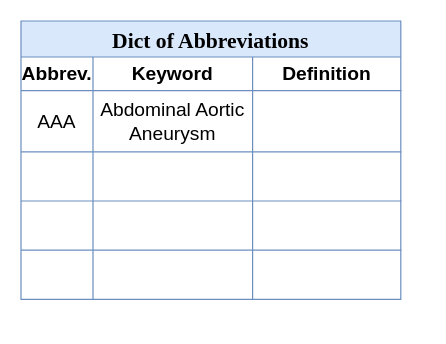
The draw.io diagram Diagram/Diagram.drawio in lurker18/AI-NLP, before the edit. Source tidied: cells renumbered, new cells numbered last; positions are measured from the earlier drawing's top-left corner, leaving out a move shared by most shapes. Both pictures are drawn from the tidied source at 120%, with x=0, y=0 at pixel (20, 20).
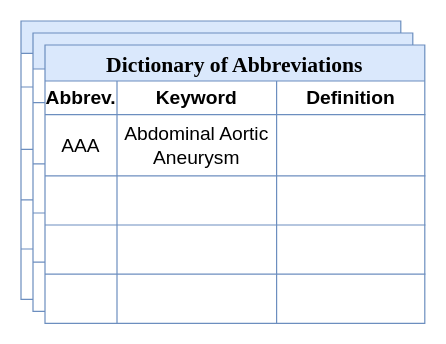
Above is the later version.

What changed in the source:
```diff
@@
-    <mxCell id="2" value="Dict of Abbreviations" style="shape=table;startSize=30;childLayout=tableLayout;fontSize=18;fillColor=#dae8fc;strokeColor=#6c8ebf;gradientColor=none;swimlaneFillColor=default;fontFamily=Times New Roman;fontStyle=1;" parent="1" vertex="1">
+    <mxCell id="2" style="shape=table;startSize=27;childLayout=tableLayout;fontSize=18;fillColor=#dae8fc;strokeColor=#6c8ebf;gradientColor=none;swimlaneFillColor=default;fontFamily=Times New Roman;fontStyle=1;" parent="1" vertex="1">
       <mxGeometry width="316.5" height="231.9" as="geometry" />
     </mxCell>
     <mxCell id="3" style="shape=tableRow;horizontal=0;startSize=0;swimlaneHead=0;swimlaneBody=0;strokeColor=inherit;top=0;left=0;bottom=0;right=0;fillColor=none;fontSize=16;" parent="2" vertex="1">
-      <mxGeometry y="30" width="316.5" height="28" as="geometry" />
+      <mxGeometry y="27" width="316.5" height="28" as="geometry" />
     </mxCell>
-    <mxCell id="4" value="Abbrev." style="shape=partialRectangle;html=1;whiteSpace=wrap;strokeColor=inherit;overflow=hidden;fillColor=none;top=0;left=0;bottom=0;right=0;fontSize=16;fontStyle=1;" parent="3" vertex="1">
+    <mxCell id="4" style="shape=partialRectangle;html=1;whiteSpace=wrap;strokeColor=inherit;overflow=hidden;fillColor=none;top=0;left=0;bottom=0;right=0;fontSize=16;fontStyle=1;" parent="3" vertex="1">
       <mxGeometry width="60" height="28" as="geometry" />
     </mxCell>
-    <mxCell id="5" value="Keyword" style="shape=partialRectangle;html=1;whiteSpace=wrap;strokeColor=inherit;overflow=hidden;fillColor=none;top=0;left=0;bottom=0;right=0;fontSize=16;fontStyle=1;" parent="3" vertex="1">
+    <mxCell id="5" style="shape=partialRectangle;html=1;whiteSpace=wrap;strokeColor=inherit;overflow=hidden;fillColor=none;top=0;left=0;bottom=0;right=0;fontSize=16;fontStyle=1;" parent="3" vertex="1">
       <mxGeometry x="60" width="133" height="28" as="geometry" />
     </mxCell>
-    <mxCell id="6" value="Definition" style="shape=partialRectangle;html=1;whiteSpace=wrap;strokeColor=inherit;overflow=hidden;fillColor=none;top=0;left=0;bottom=0;right=0;fontSize=16;fontStyle=1;" parent="3" vertex="1">
+    <mxCell id="6" style="shape=partialRectangle;html=1;whiteSpace=wrap;strokeColor=inherit;overflow=hidden;fillColor=none;top=0;left=0;bottom=0;right=0;fontSize=16;fontStyle=1;" parent="3" vertex="1">
       <mxGeometry x="193" width="124" height="28" as="geometry" />
     </mxCell>
     <mxCell id="7" style="shape=tableRow;horizontal=0;startSize=0;swimlaneHead=0;swimlaneBody=0;strokeColor=inherit;top=0;left=0;bottom=0;right=0;fillColor=none;fontSize=16;" parent="2" vertex="1">
-      <mxGeometry y="58" width="316.5" height="51" as="geometry" />
+      <mxGeometry y="55" width="316.5" height="52" as="geometry" />
     </mxCell>
-    <mxCell id="8" value="AAA" style="shape=partialRectangle;html=1;whiteSpace=wrap;strokeColor=inherit;overflow=hidden;fillColor=none;top=0;left=0;bottom=0;right=0;fontSize=16;" parent="7" vertex="1">
-      <mxGeometry width="60" height="51" as="geometry" />
+    <mxCell id="8" style="shape=partialRectangle;html=1;whiteSpace=wrap;strokeColor=inherit;overflow=hidden;fillColor=none;top=0;left=0;bottom=0;right=0;fontSize=16;" parent="7" vertex="1">
+      <mxGeometry width="60" height="52" as="geometry" />
     </mxCell>
-    <mxCell id="9" value="Abdominal Aortic Aneurysm" style="shape=partialRectangle;html=1;whiteSpace=wrap;strokeColor=inherit;overflow=hidden;fillColor=none;top=0;left=0;bottom=0;right=0;fontSize=16;" parent="7" vertex="1">
-      <mxGeometry x="60" width="133" height="51" as="geometry" />
+    <mxCell id="9" style="shape=partialRectangle;html=1;whiteSpace=wrap;strokeColor=inherit;overflow=hidden;fillColor=none;top=0;left=0;bottom=0;right=0;fontSize=16;" parent="7" vertex="1">
+      <mxGeometry x="60" width="133" height="52" as="geometry" />
     </mxCell>
     <mxCell id="10" style="shape=partialRectangle;html=1;whiteSpace=wrap;strokeColor=inherit;overflow=hidden;fillColor=none;top=0;left=0;bottom=0;right=0;fontSize=16;" parent="7" vertex="1">
-      <mxGeometry x="193" width="124" height="51" as="geometry" />
+      <mxGeometry x="193" width="124" height="52" as="geometry" />
     </mxCell>
     <mxCell id="11" style="shape=tableRow;horizontal=0;startSize=0;swimlaneHead=0;swimlaneBody=0;strokeColor=inherit;top=0;left=0;bottom=0;right=0;fillColor=none;fontSize=16;" parent="2" vertex="1">
-      <mxGeometry y="109" width="316.5" height="41" as="geometry" />
+      <mxGeometry y="107" width="316.5" height="42" as="geometry" />
     </mxCell>
     <mxCell id="12" style="shape=partialRectangle;html=1;whiteSpace=wrap;strokeColor=inherit;overflow=hidden;fillColor=none;top=0;left=0;bottom=0;right=0;fontSize=16;" parent="11" vertex="1">
-      <mxGeometry width="60" height="41" as="geometry" />
+      <mxGeometry width="60" height="42" as="geometry" />
     </mxCell>
     <mxCell id="13" style="shape=partialRectangle;html=1;whiteSpace=wrap;strokeColor=inherit;overflow=hidden;fillColor=none;top=0;left=0;bottom=0;right=0;fontSize=16;" parent="11" vertex="1">
-      <mxGeometry x="60" width="133" height="41" as="geometry" />
+      <mxGeometry x="60" width="133" height="42" as="geometry" />
     </mxCell>
     <mxCell id="14" style="shape=partialRectangle;html=1;whiteSpace=wrap;strokeColor=inherit;overflow=hidden;fillColor=none;top=0;left=0;bottom=0;right=0;fontSize=16;" parent="11" vertex="1">
-      <mxGeometry x="193" width="124" height="41" as="geometry" />
+      <mxGeometry x="193" width="124" height="42" as="geometry" />
     </mxCell>
     <mxCell id="15" style="shape=tableRow;horizontal=0;startSize=0;swimlaneHead=0;swimlaneBody=0;strokeColor=inherit;top=0;left=0;bottom=0;right=0;fillColor=none;fontSize=16;" parent="2" vertex="1">
-      <mxGeometry y="150" width="316.5" height="41" as="geometry" />
+      <mxGeometry y="149" width="316.5" height="41" as="geometry" />
     </mxCell>
@@
     <mxCell id="19" style="shape=tableRow;horizontal=0;startSize=0;swimlaneHead=0;swimlaneBody=0;strokeColor=inherit;top=0;left=0;bottom=0;right=0;fillColor=none;fontSize=16;" parent="2" vertex="1">
-      <mxGeometry y="191" width="316.5" height="41" as="geometry" />
+      <mxGeometry y="190" width="316.5" height="42" as="geometry" />
     </mxCell>
     <mxCell id="20" style="shape=partialRectangle;html=1;whiteSpace=wrap;strokeColor=inherit;overflow=hidden;fillColor=none;top=0;left=0;bottom=0;right=0;fontSize=16;" parent="19" vertex="1">
-      <mxGeometry width="60" height="41" as="geometry" />
+      <mxGeometry width="60" height="42" as="geometry" />
     </mxCell>
     <mxCell id="21" style="shape=partialRectangle;html=1;whiteSpace=wrap;strokeColor=inherit;overflow=hidden;fillColor=none;top=0;left=0;bottom=0;right=0;fontSize=16;" parent="19" vertex="1">
-      <mxGeometry x="60" width="133" height="41" as="geometry" />
+      <mxGeometry x="60" width="133" height="42" as="geometry" />
     </mxCell>
     <mxCell id="22" style="shape=partialRectangle;html=1;whiteSpace=wrap;strokeColor=inherit;overflow=hidden;fillColor=none;top=0;left=0;bottom=0;right=0;fontSize=16;" parent="19" vertex="1">
-      <mxGeometry x="193" width="124" height="41" as="geometry" />
+      <mxGeometry x="193" width="124" height="42" as="geometry" />
     </mxCell>
+    <mxCell id="23" style="shape=table;startSize=30;childLayout=tableLayout;fontSize=18;fillColor=#dae8fc;strokeColor=#6c8ebf;gradientColor=none;swimlaneFillColor=default;fontFamily=Times New Roman;fontStyle=1;" parent="1" vertex="1">
+      <mxGeometry x="10" y="10" width="316.5" height="231.9" as="geometry" />
+    </mxCell>
+    <mxCell id="24" style="shape=tableRow;horizontal=0;startSize=0;swimlaneHead=0;swimlaneBody=0;strokeColor=inherit;top=0;left=0;bottom=0;right=0;fillColor=none;fontSize=16;" parent="23" vertex="1">
+      <mxGeometry y="30" width="316.5" height="28" as="geometry" />
+    </mxCell>
+    <mxCell id="25" style="shape=partialRectangle;html=1;whiteSpace=wrap;strokeColor=inherit;overflow=hidden;fillColor=none;top=0;left=0;bottom=0;right=0;fontSize=16;fontStyle=1;" parent="24" vertex="1">
+      <mxGeometry width="60" height="28" as="geometry" />
+    </mxCell>
+    <mxCell id="26" style="shape=partialRectangle;html=1;whiteSpace=wrap;strokeColor=inherit;overflow=hidden;fillColor=none;top=0;left=0;bottom=0;right=0;fontSize=16;fontStyle=1;" parent="24" vertex="1">
+      <mxGeometry x="60" width="133" height="28" as="geometry" />
+    </mxCell>
+    <mxCell id="27" style="shape=partialRectangle;html=1;whiteSpace=wrap;strokeColor=inherit;overflow=hidden;fillColor=none;top=0;left=0;bottom=0;right=0;fontSize=16;fontStyle=1;" parent="24" vertex="1">
+      <mxGeometry x="193" width="124" height="28" as="geometry" />
+    </mxCell>
+    <mxCell id="28" style="shape=tableRow;horizontal=0;startSize=0;swimlaneHead=0;swimlaneBody=0;strokeColor=inherit;top=0;left=0;bottom=0;right=0;fillColor=none;fontSize=16;" parent="23" vertex="1">
+      <mxGeometry y="58" width="316.5" height="51" as="geometry" />
+    </mxCell>
+    <mxCell id="29" style="shape=partialRectangle;html=1;whiteSpace=wrap;strokeColor=inherit;overflow=hidden;fillColor=none;top=0;left=0;bottom=0;right=0;fontSize=16;" parent="28" vertex="1">
+      <mxGeometry width="60" height="51" as="geometry" />
+    </mxCell>
+    <mxCell id="30" style="shape=partialRectangle;html=1;whiteSpace=wrap;strokeColor=inherit;overflow=hidden;fillColor=none;top=0;left=0;bottom=0;right=0;fontSize=16;" parent="28" vertex="1">
+      <mxGeometry x="60" width="133" height="51" as="geometry" />
+    </mxCell>
+    <mxCell id="31" style="shape=partialRectangle;html=1;whiteSpace=wrap;strokeColor=inherit;overflow=hidden;fillColor=none;top=0;left=0;bottom=0;right=0;fontSize=16;" parent="28" vertex="1">
+      <mxGeometry x="193" width="124" height="51" as="geometry" />
+    </mxCell>
+    <mxCell id="32" style="shape=tableRow;horizontal=0;startSize=0;swimlaneHead=0;swimlaneBody=0;strokeColor=inherit;top=0;left=0;bottom=0;right=0;fillColor=none;fontSize=16;" parent="23" vertex="1">
+      <mxGeometry y="109" width="316.5" height="41" as="geometry" />
+    </mxCell>
+    <mxCell id="33" style="shape=partialRectangle;html=1;whiteSpace=wrap;strokeColor=inherit;overflow=hidden;fillColor=none;top=0;left=0;bottom=0;right=0;fontSize=16;" parent="32" vertex="1">
+      <mxGeometry width="60" height="41" as="geometry" />
+    </mxCell>
+    <mxCell id="34" style="shape=partialRectangle;html=1;whiteSpace=wrap;strokeColor=inherit;overflow=hidden;fillColor=none;top=0;left=0;bottom=0;right=0;fontSize=16;" parent="32" vertex="1">
+      <mxGeometry x="60" width="133" height="41" as="geometry" />
+    </mxCell>
+    <mxCell id="35" style="shape=partialRectangle;html=1;whiteSpace=wrap;strokeColor=inherit;overflow=hidden;fillColor=none;top=0;left=0;bottom=0;right=0;fontSize=16;" parent="32" vertex="1">
+      <mxGeometry x="193" width="124" height="41" as="geometry" />
+    </mxCell>
+    <mxCell id="36" style="shape=tableRow;horizontal=0;startSize=0;swimlaneHead=0;swimlaneBody=0;strokeColor=inherit;top=0;left=0;bottom=0;right=0;fillColor=none;fontSize=16;" parent="23" vertex="1">
+      <mxGeometry y="150" width="316.5" height="41" as="geometry" />
+    </mxCell>
+    <mxCell id="37" style="shape=partialRectangle;html=1;whiteSpace=wrap;strokeColor=inherit;overflow=hidden;fillColor=none;top=0;left=0;bottom=0;right=0;fontSize=16;" parent="36" vertex="1">
+      <mxGeometry width="60" height="41" as="geometry" />
+    </mxCell>
+    <mxCell id="38" style="shape=partialRectangle;html=1;whiteSpace=wrap;strokeColor=inherit;overflow=hidden;fillColor=none;top=0;left=0;bottom=0;right=0;fontSize=16;" parent="36" vertex="1">
+      <mxGeometry x="60" width="133" height="41" as="geometry" />
+    </mxCell>
+    <mxCell id="39" style="shape=partialRectangle;html=1;whiteSpace=wrap;strokeColor=inherit;overflow=hidden;fillColor=none;top=0;left=0;bottom=0;right=0;fontSize=16;" parent="36" vertex="1">
+      <mxGeometry x="193" width="124" height="41" as="geometry" />
+    </mxCell>
+    <mxCell id="40" style="shape=tableRow;horizontal=0;startSize=0;swimlaneHead=0;swimlaneBody=0;strokeColor=inherit;top=0;left=0;bottom=0;right=0;fillColor=none;fontSize=16;" parent="23" vertex="1">
+      <mxGeometry y="191" width="316.5" height="41" as="geometry" />
+    </mxCell>
+    <mxCell id="41" style="shape=partialRectangle;html=1;whiteSpace=wrap;strokeColor=inherit;overflow=hidden;fillColor=none;top=0;left=0;bottom=0;right=0;fontSize=16;" parent="40" vertex="1">
+      <mxGeometry width="60" height="41" as="geometry" />
+    </mxCell>
+    <mxCell id="42" style="shape=partialRectangle;html=1;whiteSpace=wrap;strokeColor=inherit;overflow=hidden;fillColor=none;top=0;left=0;bottom=0;right=0;fontSize=16;" parent="40" vertex="1">
+      <mxGeometry x="60" width="133" height="41" as="geometry" />
+    </mxCell>
+    <mxCell id="43" style="shape=partialRectangle;html=1;whiteSpace=wrap;strokeColor=inherit;overflow=hidden;fillColor=none;top=0;left=0;bottom=0;right=0;fontSize=16;" parent="40" vertex="1">
+      <mxGeometry x="193" width="124" height="41" as="geometry" />
+    </mxCell>
+    <mxCell id="44" value="Dictionary of Abbreviations" style="shape=table;startSize=30;childLayout=tableLayout;fontSize=18;fillColor=#dae8fc;strokeColor=#6c8ebf;gradientColor=none;swimlaneFillColor=default;fontFamily=Times New Roman;fontStyle=1;" parent="1" vertex="1">
+      <mxGeometry x="20" y="20" width="316.5" height="231.9" as="geometry" />
+    </mxCell>
+    <mxCell id="45" style="shape=tableRow;horizontal=0;startSize=0;swimlaneHead=0;swimlaneBody=0;strokeColor=inherit;top=0;left=0;bottom=0;right=0;fillColor=none;fontSize=16;" parent="44" vertex="1">
+      <mxGeometry y="30" width="316.5" height="28" as="geometry" />
+    </mxCell>
+    <mxCell id="46" value="Abbrev." style="shape=partialRectangle;html=1;whiteSpace=wrap;strokeColor=inherit;overflow=hidden;fillColor=none;top=0;left=0;bottom=0;right=0;fontSize=16;fontStyle=1;" parent="45" vertex="1">
+      <mxGeometry width="60" height="28" as="geometry" />
+    </mxCell>
+    <mxCell id="47" value="Keyword" style="shape=partialRectangle;html=1;whiteSpace=wrap;strokeColor=inherit;overflow=hidden;fillColor=none;top=0;left=0;bottom=0;right=0;fontSize=16;fontStyle=1;" parent="45" vertex="1">
+      <mxGeometry x="60" width="133" height="28" as="geometry" />
+    </mxCell>
+    <mxCell id="48" value="Definition" style="shape=partialRectangle;html=1;whiteSpace=wrap;strokeColor=inherit;overflow=hidden;fillColor=none;top=0;left=0;bottom=0;right=0;fontSize=16;fontStyle=1;" parent="45" vertex="1">
+      <mxGeometry x="193" width="124" height="28" as="geometry" />
+    </mxCell>
+    <mxCell id="49" style="shape=tableRow;horizontal=0;startSize=0;swimlaneHead=0;swimlaneBody=0;strokeColor=inherit;top=0;left=0;bottom=0;right=0;fillColor=none;fontSize=16;" parent="44" vertex="1">
+      <mxGeometry y="58" width="316.5" height="51" as="geometry" />
+    </mxCell>
+    <mxCell id="50" value="AAA" style="shape=partialRectangle;html=1;whiteSpace=wrap;strokeColor=inherit;overflow=hidden;fillColor=none;top=0;left=0;bottom=0;right=0;fontSize=16;" parent="49" vertex="1">
+      <mxGeometry width="60" height="51" as="geometry" />
+    </mxCell>
+    <mxCell id="51" value="Abdominal Aortic Aneurysm" style="shape=partialRectangle;html=1;whiteSpace=wrap;strokeColor=inherit;overflow=hidden;fillColor=none;top=0;left=0;bottom=0;right=0;fontSize=16;" parent="49" vertex="1">
+      <mxGeometry x="60" width="133" height="51" as="geometry" />
+    </mxCell>
+    <mxCell id="52" style="shape=partialRectangle;html=1;whiteSpace=wrap;strokeColor=inherit;overflow=hidden;fillColor=none;top=0;left=0;bottom=0;right=0;fontSize=16;" parent="49" vertex="1">
+      <mxGeometry x="193" width="124" height="51" as="geometry" />
+    </mxCell>
+    <mxCell id="53" style="shape=tableRow;horizontal=0;startSize=0;swimlaneHead=0;swimlaneBody=0;strokeColor=inherit;top=0;left=0;bottom=0;right=0;fillColor=none;fontSize=16;" parent="44" vertex="1">
+      <mxGeometry y="109" width="316.5" height="41" as="geometry" />
+    </mxCell>
+    <mxCell id="54" style="shape=partialRectangle;html=1;whiteSpace=wrap;strokeColor=inherit;overflow=hidden;fillColor=none;top=0;left=0;bottom=0;right=0;fontSize=16;" parent="53" vertex="1">
+      <mxGeometry width="60" height="41" as="geometry" />
+    </mxCell>
+    <mxCell id="55" style="shape=partialRectangle;html=1;whiteSpace=wrap;strokeColor=inherit;overflow=hidden;fillColor=none;top=0;left=0;bottom=0;right=0;fontSize=16;" parent="53" vertex="1">
+      <mxGeometry x="60" width="133" height="41" as="geometry" />
+    </mxCell>
+    <mxCell id="56" style="shape=partialRectangle;html=1;whiteSpace=wrap;strokeColor=inherit;overflow=hidden;fillColor=none;top=0;left=0;bottom=0;right=0;fontSize=16;" parent="53" vertex="1">
+      <mxGeometry x="193" width="124" height="41" as="geometry" />
+    </mxCell>
+    <mxCell id="57" style="shape=tableRow;horizontal=0;startSize=0;swimlaneHead=0;swimlaneBody=0;strokeColor=inherit;top=0;left=0;bottom=0;right=0;fillColor=none;fontSize=16;" parent="44" vertex="1">
+      <mxGeometry y="150" width="316.5" height="41" as="geometry" />
+    </mxCell>
+    <mxCell id="58" style="shape=partialRectangle;html=1;whiteSpace=wrap;strokeColor=inherit;overflow=hidden;fillColor=none;top=0;left=0;bottom=0;right=0;fontSize=16;" parent="57" vertex="1">
+      <mxGeometry width="60" height="41" as="geometry" />
+    </mxCell>
+    <mxCell id="59" style="shape=partialRectangle;html=1;whiteSpace=wrap;strokeColor=inherit;overflow=hidden;fillColor=none;top=0;left=0;bottom=0;right=0;fontSize=16;" parent="57" vertex="1">
+      <mxGeometry x="60" width="133" height="41" as="geometry" />
+    </mxCell>
+    <mxCell id="60" style="shape=partialRectangle;html=1;whiteSpace=wrap;strokeColor=inherit;overflow=hidden;fillColor=none;top=0;left=0;bottom=0;right=0;fontSize=16;" parent="57" vertex="1">
+      <mxGeometry x="193" width="124" height="41" as="geometry" />
+    </mxCell>
+    <mxCell id="61" style="shape=tableRow;horizontal=0;startSize=0;swimlaneHead=0;swimlaneBody=0;strokeColor=inherit;top=0;left=0;bottom=0;right=0;fillColor=none;fontSize=16;" parent="44" vertex="1">
+      <mxGeometry y="191" width="316.5" height="41" as="geometry" />
+    </mxCell>
+    <mxCell id="62" style="shape=partialRectangle;html=1;whiteSpace=wrap;strokeColor=inherit;overflow=hidden;fillColor=none;top=0;left=0;bottom=0;right=0;fontSize=16;" parent="61" vertex="1">
+      <mxGeometry width="60" height="41" as="geometry" />
+    </mxCell>
+    <mxCell id="63" style="shape=partialRectangle;html=1;whiteSpace=wrap;strokeColor=inherit;overflow=hidden;fillColor=none;top=0;left=0;bottom=0;right=0;fontSize=16;" parent="61" vertex="1">
+      <mxGeometry x="60" width="133" height="41" as="geometry" />
+    </mxCell>
+    <mxCell id="64" style="shape=partialRectangle;html=1;whiteSpace=wrap;strokeColor=inherit;overflow=hidden;fillColor=none;top=0;left=0;bottom=0;right=0;fontSize=16;" parent="61" vertex="1">
+      <mxGeometry x="193" width="124" height="41" as="geometry" />
+    </mxCell>
```
